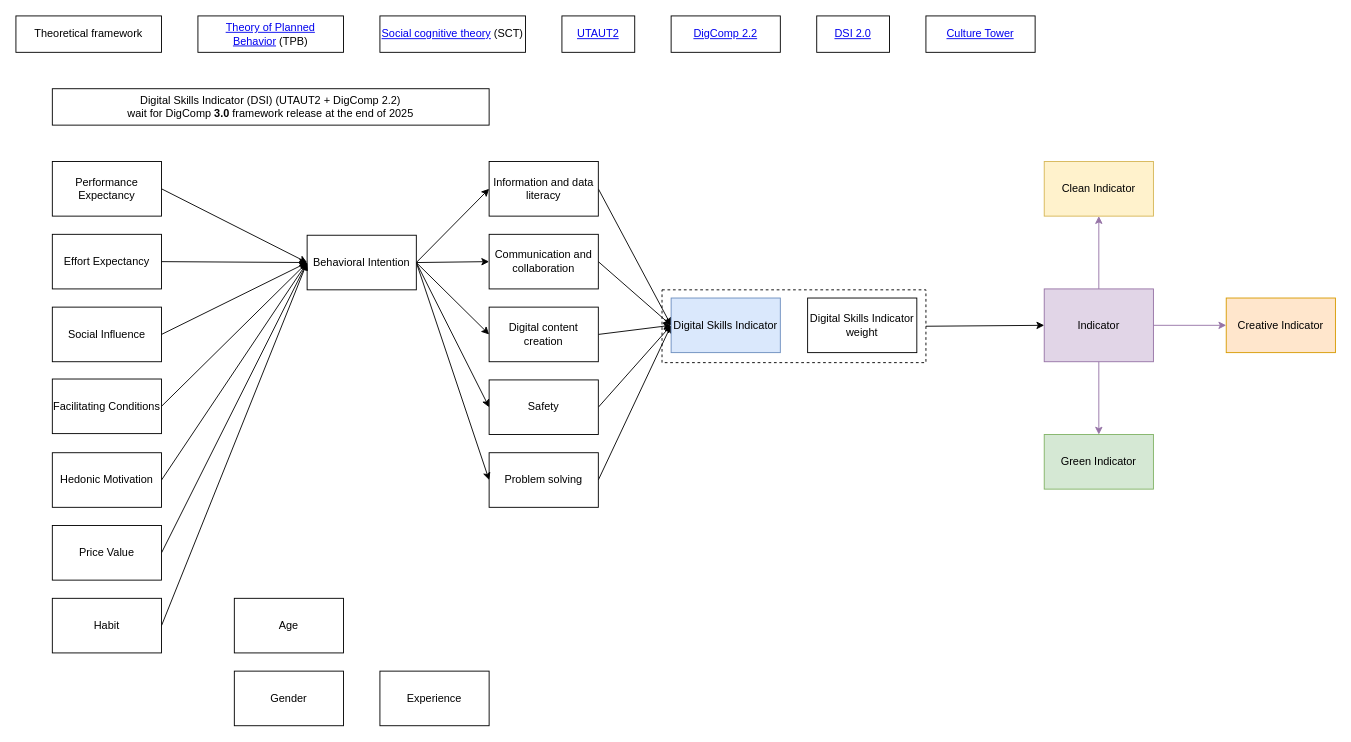
Above: r1-model.drawio in hnks-gh/draw.io (draw.io), before the change. Source tidied: cells renumbered, new cells numbered last; positions are measured from the earlier drawing's top-left corner, leaving out a move shared by most shapes. Both pictures are drawn from the tidied source at 91%, with x=0, y=0 at pixel (15, 15).
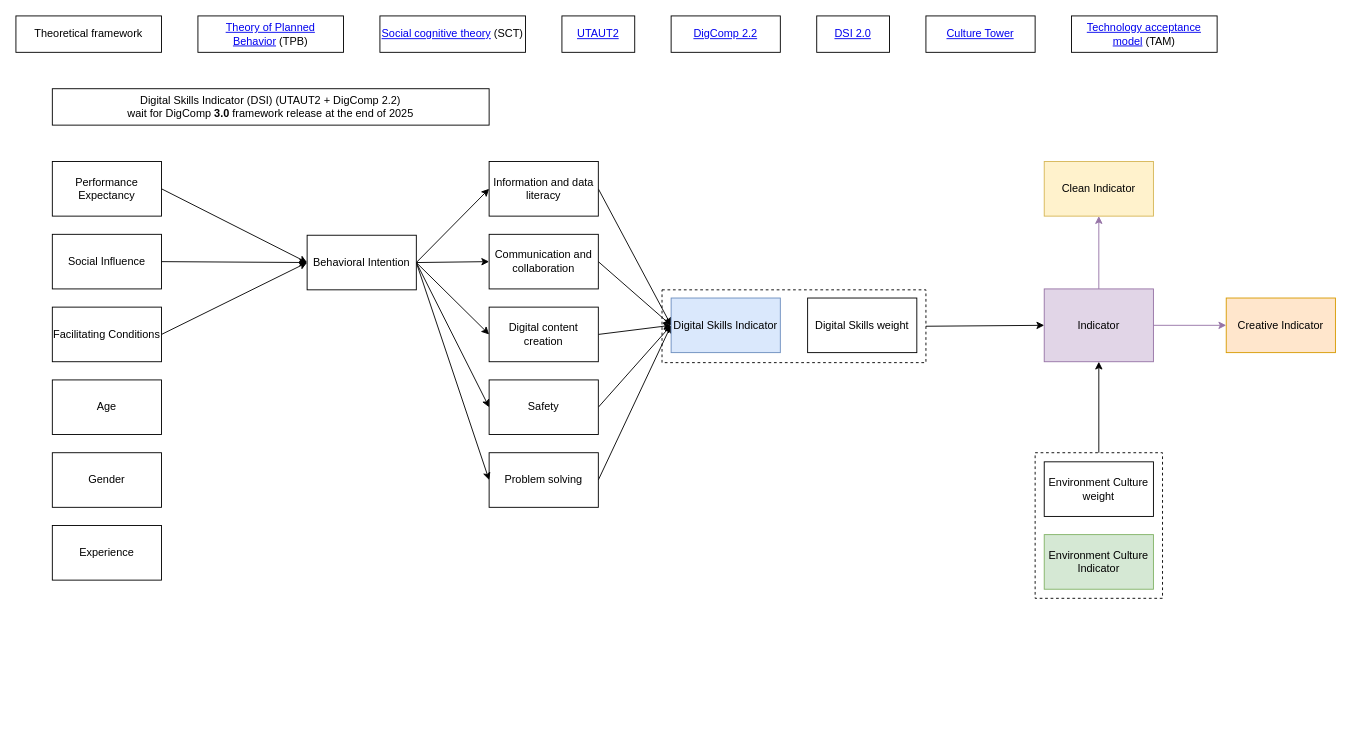
After the change.

Unchanged cells that the change refers to:
```xml
<mxCell id="27" value="Indicator" style="rounded=0;whiteSpace=wrap;html=1;fillColor=#e1d5e7;strokeColor=#9673a6;" parent="1" vertex="1">
  <mxGeometry x="1130" y="300" width="120" height="80" as="geometry" />
</mxCell>
<mxCell id="44" value="Behavioral Intention" style="rounded=0;whiteSpace=wrap;html=1;" parent="1" vertex="1">
  <mxGeometry x="320" y="241" width="120" height="60" as="geometry" />
</mxCell>
```

What changed in the source:
```diff
@@
-    <mxCell id="18" value="&lt;a href=&quot;https://www.researchgate.net/profile/Andreea-Molnar/publication/261705281/figure/fig2/AS:296846040813569@1447785019231/UTAUT2-Venkatesh-et-al-2012_W640.jpg&quot;&gt;Theory of Planned Behavior&lt;/a&gt;&amp;nbsp;(TPB)" style="rounded=0;whiteSpace=wrap;html=1;" parent="1" vertex="1">
+    <mxCell id="18" value="&lt;a href=&quot;https://cdn.serc.carleton.edu/images/ASCN/change_theories/collection/figure_1._theory_planned_behavior_model_adapted_from_ajzen_2005..webp&quot;&gt;Theory of Planned Behavior&lt;/a&gt;&amp;nbsp;(TPB)" style="rounded=0;whiteSpace=wrap;html=1;" parent="1" vertex="1">
       <mxGeometry x="200" width="160" height="40" as="geometry" />
     </mxCell>
@@
-    <mxCell id="21" value="Green Indicator" style="rounded=0;whiteSpace=wrap;html=1;fillColor=#d5e8d4;strokeColor=#82b366;" parent="1" vertex="1">
-      <mxGeometry x="1130" y="460" width="120" height="60" as="geometry" />
+    <mxCell id="21" value="Environment Culture Indicator" style="rounded=0;whiteSpace=wrap;html=1;fillColor=#d5e8d4;strokeColor=#82b366;" parent="1" vertex="1">
+      <mxGeometry x="1130" y="570" width="120" height="60" as="geometry" />
     </mxCell>
@@
-    <mxCell id="25" style="edgeStyle=orthogonalEdgeStyle;rounded=0;jettySize=auto;html=1;exitX=0.5;exitY=1;exitDx=0;exitDy=0;entryX=0.5;entryY=0;entryDx=0;entryDy=0;fillColor=#e1d5e7;strokeColor=#9673a6;" parent="1" edge="1" source="27" target="21">
-      <mxGeometry relative="1" as="geometry" />
-    </mxCell>
@@
-    <mxCell id="28" value="&lt;a href=&quot;https://dx.doi.org/10.2760/115376&quot;&gt;Culture Tower&lt;/a&gt;" style="rounded=0;whiteSpace=wrap;html=1;" parent="1" vertex="1">
+    <mxCell id="28" value="&lt;a href=&quot;https://media.springernature.com/full/springer-static/image/art%3A10.1007%2Fs43621-024-00350-y/MediaObjects/43621_2024_350_Fig2_HTML.png&quot;&gt;Culture Tower&lt;/a&gt;" style="rounded=0;whiteSpace=wrap;html=1;" parent="1" vertex="1">
       <mxGeometry x="1000" width="120" height="40" as="geometry" />
     </mxCell>
-    <mxCell id="29" value="Digital Skills Indicator weight" style="rounded=0;whiteSpace=wrap;html=1;" parent="1" vertex="1">
+    <mxCell id="29" value="Digital Skills weight" style="rounded=0;whiteSpace=wrap;html=1;" parent="1" vertex="1">
       <mxGeometry x="870" y="310" width="120" height="60" as="geometry" />
     </mxCell>
@@
-    <mxCell id="31" style="rounded=0;jettySize=auto;html=1;exitX=1;exitY=0.5;exitDx=0;exitDy=0;entryX=0;entryY=0.5;entryDx=0;entryDy=0;" parent="1" edge="1" source="32" target="44">
-      <mxGeometry relative="1" as="geometry" />
-    </mxCell>
-    <mxCell id="32" value="Effort Expectancy" style="rounded=0;whiteSpace=wrap;html=1;" parent="1" vertex="1">
-      <mxGeometry x="40" y="240" width="120" height="60" as="geometry" />
-    </mxCell>
@@
     <mxCell id="34" value="Social Influence" style="rounded=0;whiteSpace=wrap;html=1;" parent="1" vertex="1">
-      <mxGeometry x="40" y="320" width="120" height="60" as="geometry" />
+      <mxGeometry x="40" y="240" width="120" height="60" as="geometry" />
     </mxCell>
@@
     <mxCell id="38" value="Facilitating Conditions" style="rounded=0;whiteSpace=wrap;html=1;" parent="1" vertex="1">
-      <mxGeometry x="40" y="399" width="120" height="60" as="geometry" />
+      <mxGeometry x="40" y="320" width="120" height="60" as="geometry" />
     </mxCell>
@@
-    <mxCell id="45" style="rounded=0;jettySize=auto;html=1;exitX=1;exitY=0.5;exitDx=0;exitDy=0;entryX=0;entryY=0.5;entryDx=0;entryDy=0;" parent="1" edge="1" source="46" target="44">
-      <mxGeometry relative="1" as="geometry" />
-    </mxCell>
-    <mxCell id="46" value="Hedonic Motivation" style="rounded=0;whiteSpace=wrap;html=1;" parent="1" vertex="1">
-      <mxGeometry x="40" y="480" width="120" height="60" as="geometry" />
-    </mxCell>
-    <mxCell id="47" style="rounded=0;jettySize=auto;html=1;exitX=1;exitY=0.5;exitDx=0;exitDy=0;entryX=0;entryY=0.5;entryDx=0;entryDy=0;" parent="1" edge="1" source="48" target="44">
-      <mxGeometry relative="1" as="geometry" />
-    </mxCell>
-    <mxCell id="48" value="Price Value" style="rounded=0;whiteSpace=wrap;html=1;" parent="1" vertex="1">
-      <mxGeometry x="40" y="560" width="120" height="60" as="geometry" />
-    </mxCell>
-    <mxCell id="49" style="rounded=0;jettySize=auto;html=1;exitX=1;exitY=0.5;exitDx=0;exitDy=0;entryX=0;entryY=0.5;entryDx=0;entryDy=0;" parent="1" edge="1" source="50" target="44">
-      <mxGeometry relative="1" as="geometry" />
-    </mxCell>
-    <mxCell id="50" value="Habit" style="rounded=0;whiteSpace=wrap;html=1;" parent="1" vertex="1">
-      <mxGeometry x="40" y="640" width="120" height="60" as="geometry" />
-    </mxCell>
     <mxCell id="51" value="Age" style="rounded=0;whiteSpace=wrap;html=1;" parent="1" vertex="1">
-      <mxGeometry x="240" y="640" width="120" height="60" as="geometry" />
+      <mxGeometry x="40" y="400" width="120" height="60" as="geometry" />
     </mxCell>
     <mxCell id="52" value="Gender" style="rounded=0;whiteSpace=wrap;html=1;" parent="1" vertex="1">
-      <mxGeometry x="240" y="720" width="120" height="60" as="geometry" />
+      <mxGeometry x="40" y="480" width="120" height="60" as="geometry" />
     </mxCell>
     <mxCell id="53" value="Experience" style="rounded=0;whiteSpace=wrap;html=1;" parent="1" vertex="1">
-      <mxGeometry x="400" y="720" width="120" height="60" as="geometry" />
+      <mxGeometry x="40" y="560" width="120" height="60" as="geometry" />
     </mxCell>
+    <mxCell id="54" value="&lt;a href=&quot;https://upload.wikimedia.org/wikipedia/commons/6/67/Technology_Acceptance_Model.png&quot;&gt;Technology acceptance model&lt;/a&gt;&amp;nbsp;(TAM)" style="rounded=0;whiteSpace=wrap;html=1;" parent="1" vertex="1">
+      <mxGeometry x="1160" width="160" height="40" as="geometry" />
+    </mxCell>
+    <mxCell id="55" value="Environment Culture weight" style="rounded=0;whiteSpace=wrap;html=1;" parent="1" vertex="1">
+      <mxGeometry x="1130" y="490" width="120" height="60" as="geometry" />
+    </mxCell>
+    <mxCell id="56" style="rounded=0;jettySize=auto;html=1;exitX=0.5;exitY=0;exitDx=0;exitDy=0;entryX=0.5;entryY=1;entryDx=0;entryDy=0;" parent="1" edge="1" source="57" target="27">
+      <mxGeometry relative="1" as="geometry" />
+    </mxCell>
+    <mxCell id="57" style="rounded=0;whiteSpace=wrap;html=1;fillColor=none;dashed=1;" parent="1" vertex="1">
+      <mxGeometry x="1120" y="480" width="140" height="160" as="geometry" />
+    </mxCell>
```
